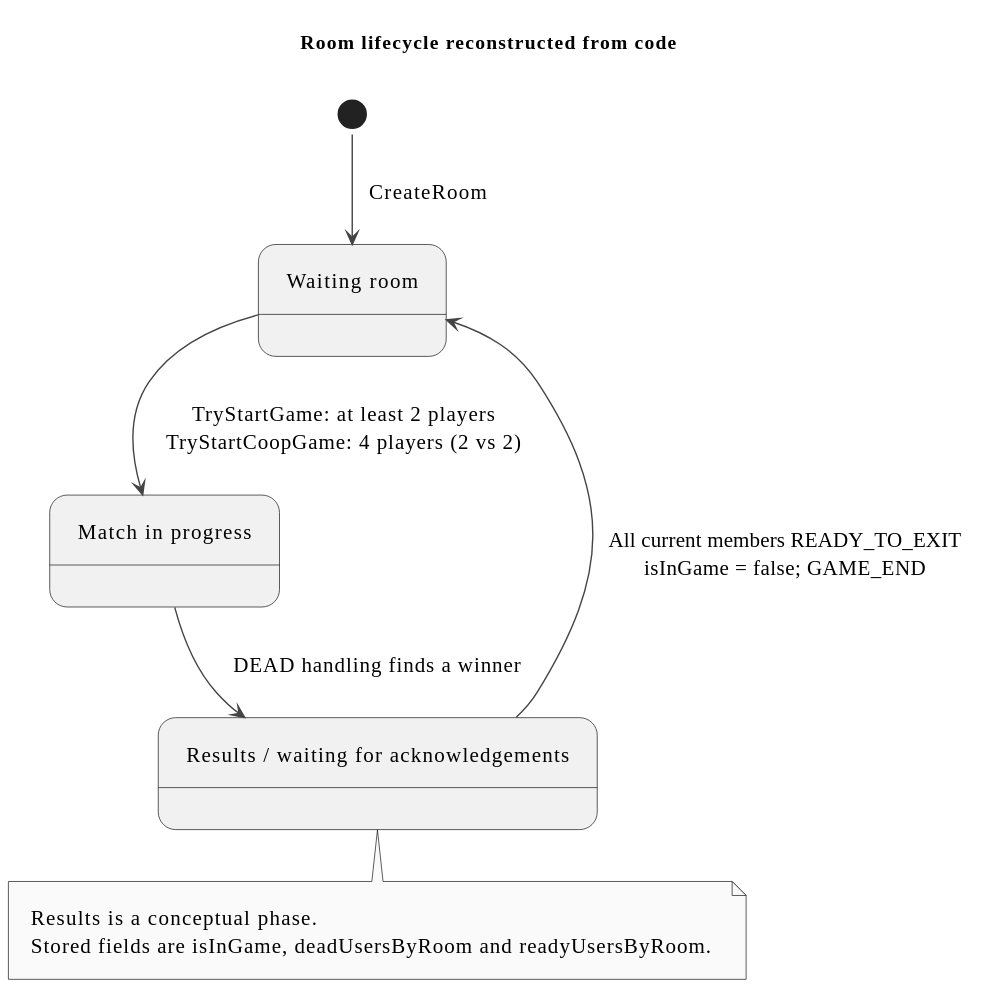
Before: docs/engineering/diagrams/room-state-en.svg, a diagram exported from PlantUML (YSL-RyuDo/BnBServer). Its diagram source:
```plantuml
@startuml
!pragma layout smetana
skinparam monochrome true
skinparam shadowing false
skinparam backgroundColor white
skinparam defaultFontName "Malgun Gothic"
skinparam defaultFontSize 15
skinparam ArrowColor #444444
skinparam Padding 10
skinparam sequenceMessageAlign center
hide footbox
title Room lifecycle reconstructed from code
state "Waiting room" as Waiting
state "Match in progress" as Playing
state "Results / waiting for acknowledgements" as Results
[*] --> Waiting : CreateRoom
Waiting --> Playing : TryStartGame: at least 2 players\nTryStartCoopGame: 4 players (2 vs 2)
Playing --> Results : DEAD handling finds a winner
Results --> Waiting : All current members READY_TO_EXIT\nisInGame = false; GAME_END
note bottom of Results
Results is a conceptual phase.
Stored fields are isInGame, deadUsersByRoom and readyUsersByRoom.
end note
@enduml
```
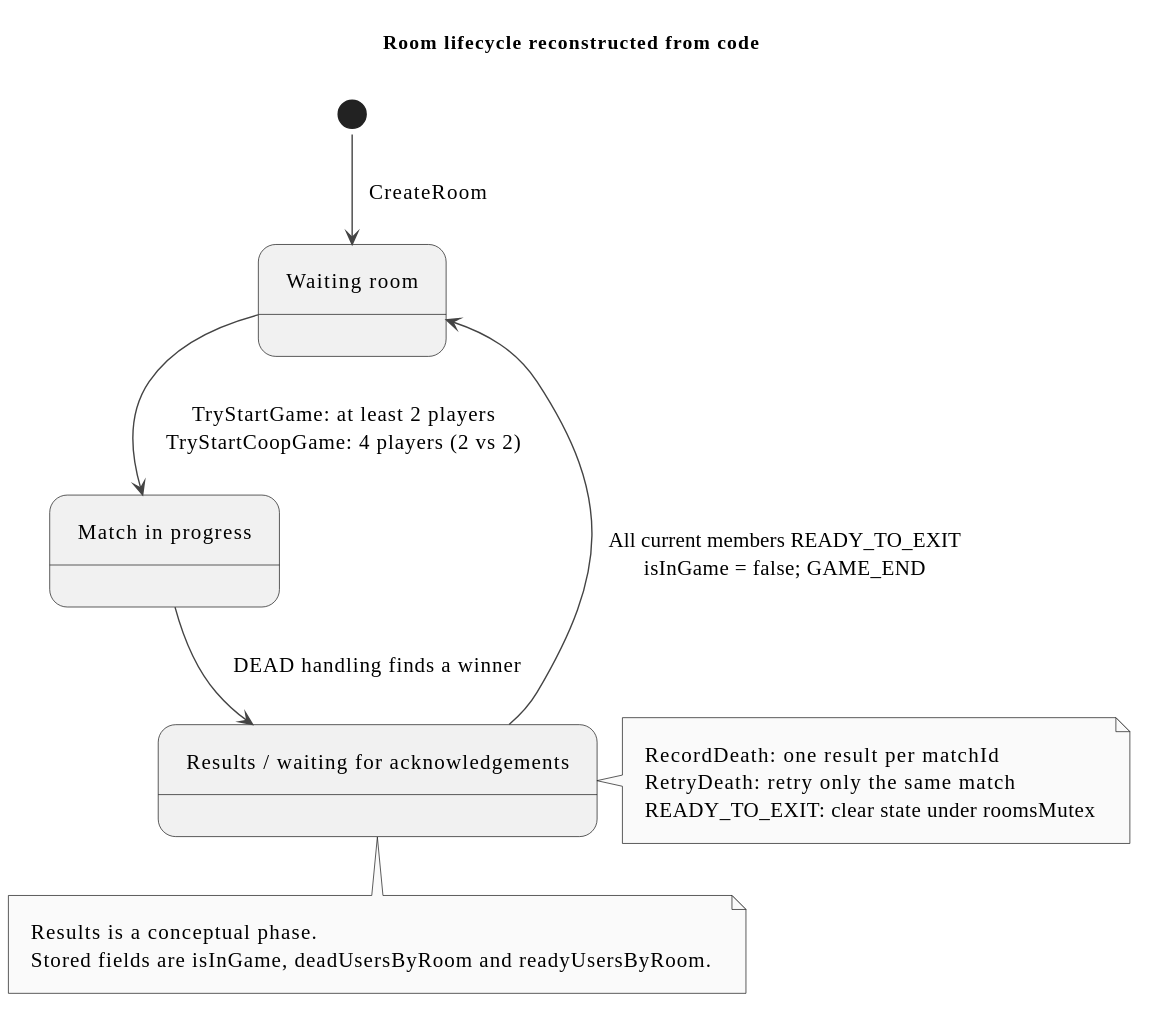
The same file after the commit.

Diff of the diagram source:
```diff
@@ -21,4 +21,9 @@
 Results is a conceptual phase.
 Stored fields are isInGame, deadUsersByRoom and readyUsersByRoom.
 end note
+note right of Results
+RecordDeath: one result per matchId
+RetryDeath: retry only the same match
+READY_TO_EXIT: clear state under roomsMutex
+end note
 @enduml
```
